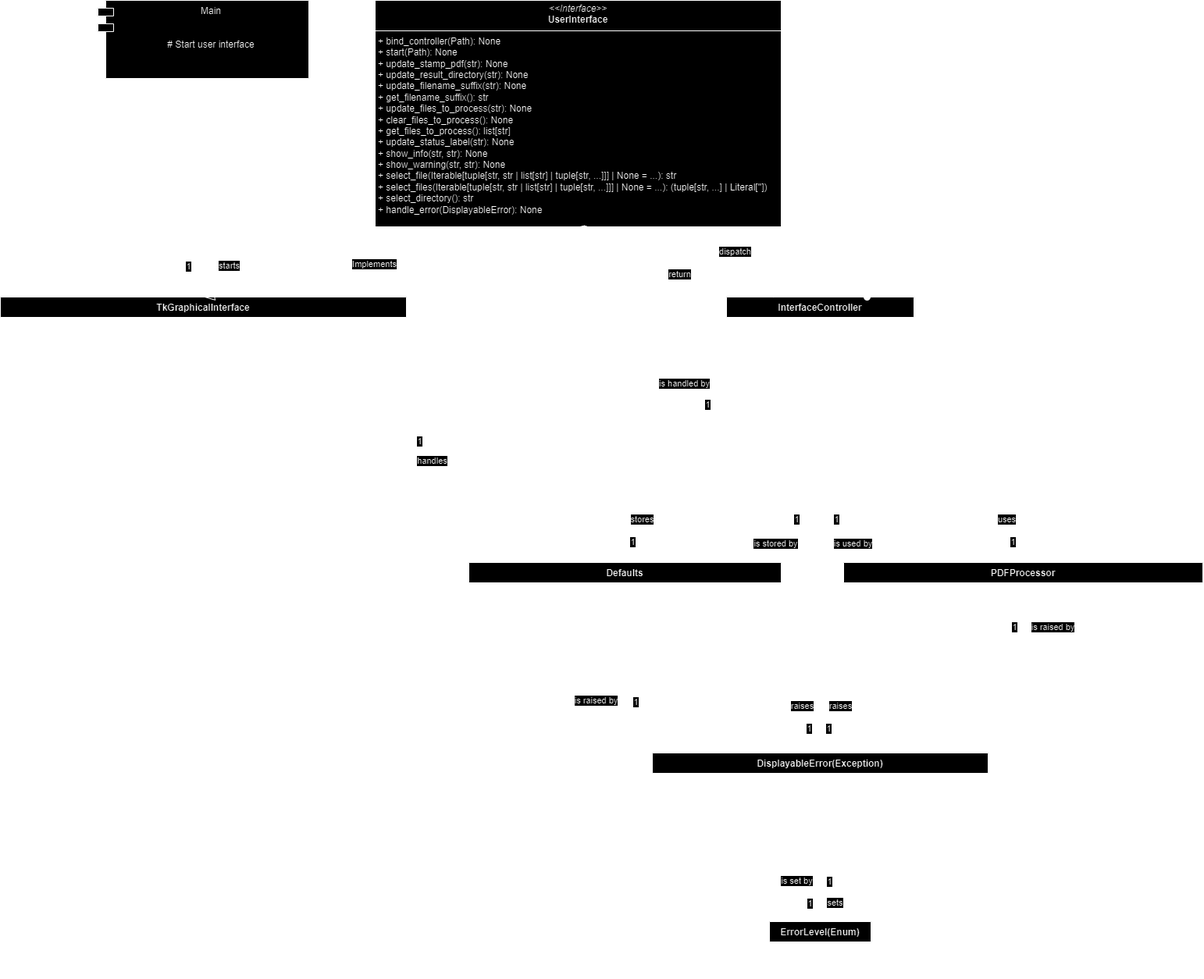
The draw.io diagram technical_analysis/PDF facturatie programma.drawio.png in CodeByAlejandro/PDF_facturatie_programma, before a commit. Source tidied: cells renumbered, new cells last; positions are measured from the earlier drawing's top-left corner, leaving out a move shared by most shapes.
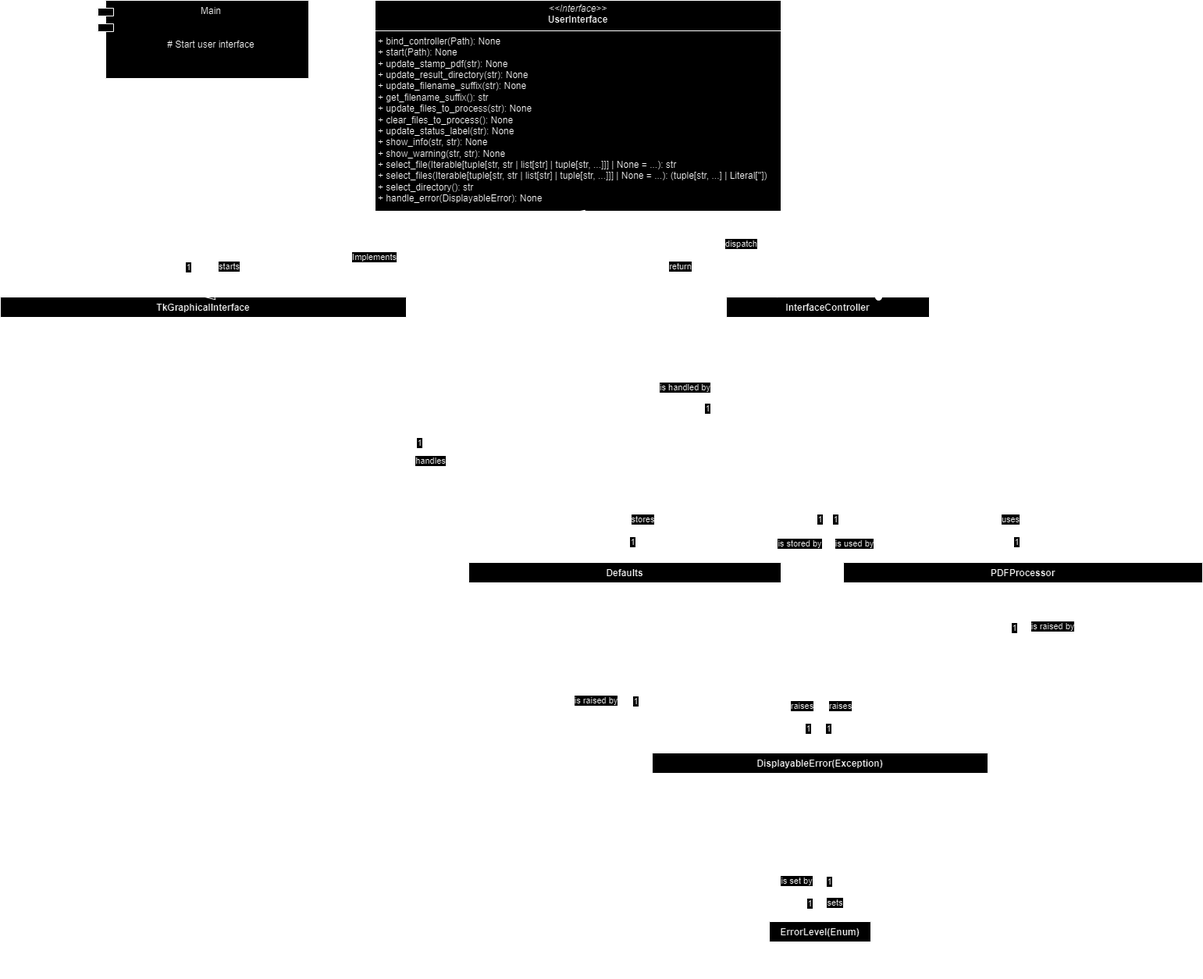
After the change.

Commit message:
Updated UML schema v1.0.0

Diff of the diagram source:
```diff
@@ -2,11 +2,11 @@
   <root>
     <mxCell id="0" />
     <mxCell id="1" parent="0" />
-    <mxCell id="2" value="&lt;p style=&quot;margin: 4px 0px 0px; text-align: center;&quot;&gt;&lt;font style=&quot;font-size: 12px;&quot;&gt;&lt;i style=&quot;&quot;&gt;&amp;lt;&amp;lt;Interface&amp;gt;&amp;gt;&lt;/i&gt;&lt;br&gt;&lt;b style=&quot;&quot;&gt;UserInterface&lt;/b&gt;&lt;/font&gt;&lt;/p&gt;&lt;hr size=&quot;1&quot; style=&quot;border-style: solid;&quot;&gt;&lt;p style=&quot;margin: 0px 0px 0px 4px;&quot;&gt;&lt;font style=&quot;font-size: 12px;&quot;&gt;+ bind_controller(Path): None&lt;/font&gt;&lt;/p&gt;&lt;p style=&quot;margin: 0px 0px 0px 4px;&quot;&gt;&lt;font style=&quot;font-size: 12px;&quot;&gt;+ start(Path): None&lt;/font&gt;&lt;/p&gt;&lt;p style=&quot;margin: 0px 0px 0px 4px;&quot;&gt;&lt;span style=&quot;background-color: initial;&quot;&gt;&lt;font style=&quot;font-size: 12px;&quot;&gt;+ update_stamp_pdf(str): None&lt;/font&gt;&lt;/span&gt;&lt;/p&gt;&lt;p style=&quot;margin: 0px 0px 0px 4px;&quot;&gt;&lt;span style=&quot;background-color: initial;&quot;&gt;&lt;font style=&quot;font-size: 12px;&quot;&gt;+ update_result_directory(str): None&lt;/font&gt;&lt;/span&gt;&lt;/p&gt;&lt;p style=&quot;margin: 0px 0px 0px 4px;&quot;&gt;&lt;font style=&quot;font-size: 12px;&quot;&gt;+ update_filename_suffix(str): None&lt;/font&gt;&lt;/p&gt;&lt;p style=&quot;margin: 0px 0px 0px 4px;&quot;&gt;&lt;font style=&quot;font-size: 12px;&quot;&gt;+ get_filename_suffix(): str&lt;/font&gt;&lt;/p&gt;&lt;p style=&quot;margin: 0px 0px 0px 4px;&quot;&gt;&lt;font style=&quot;font-size: 12px;&quot;&gt;+ update_files_to_process(str): None&lt;/font&gt;&lt;/p&gt;&lt;p style=&quot;margin: 0px 0px 0px 4px;&quot;&gt;&lt;font style=&quot;font-size: 12px;&quot;&gt;+ clear_files_to_process(): None&lt;/font&gt;&lt;/p&gt;&lt;p style=&quot;margin: 0px 0px 0px 4px;&quot;&gt;&lt;font style=&quot;font-size: 12px;&quot;&gt;+ get_files_to_process(): list[str]&lt;/font&gt;&lt;/p&gt;&lt;p style=&quot;margin: 0px 0px 0px 4px;&quot;&gt;&lt;font style=&quot;font-size: 12px;&quot;&gt;+ update_status_label(str): None&lt;/font&gt;&lt;/p&gt;&lt;p style=&quot;margin: 0px 0px 0px 4px;&quot;&gt;&lt;font style=&quot;font-size: 12px;&quot;&gt;+ show_info(str, str): None&lt;/font&gt;&lt;/p&gt;&lt;p style=&quot;margin: 0px 0px 0px 4px;&quot;&gt;&lt;font style=&quot;font-size: 12px;&quot;&gt;+ show_warning(str, str): None&lt;/font&gt;&lt;/p&gt;&lt;p style=&quot;margin: 0px 0px 0px 4px;&quot;&gt;&lt;font style=&quot;font-size: 12px;&quot;&gt;+ select_file(Iterable[tuple[str, str | list[str] | tuple[str, ...]]] | None = ...): str&lt;/font&gt;&lt;/p&gt;&lt;p style=&quot;margin: 0px 0px 0px 4px;&quot;&gt;&lt;font style=&quot;font-size: 12px;&quot;&gt;+ select_files(Iterable[tuple[str, str | list[str] | tuple[str, ...]]] | None = ...): (tuple[str, ...] | Literal[''])&lt;/font&gt;&lt;/p&gt;&lt;p style=&quot;margin: 0px 0px 0px 4px;&quot;&gt;&lt;font style=&quot;font-size: 12px;&quot;&gt;+ select_directory(): str&lt;/font&gt;&lt;/p&gt;&lt;p style=&quot;margin: 0px 0px 0px 4px;&quot;&gt;&lt;font style=&quot;font-size: 12px;&quot;&gt;+ handle_error(DisplayableError): None&lt;/font&gt;&lt;/p&gt;" style="verticalAlign=top;align=left;overflow=fill;html=1;whiteSpace=wrap;" parent="1" vertex="1">
-      <mxGeometry x="480" width="520" height="290" as="geometry" />
+    <mxCell id="2" value="&lt;p style=&quot;margin: 4px 0px 0px; text-align: center;&quot;&gt;&lt;font style=&quot;font-size: 12px;&quot;&gt;&lt;i style=&quot;&quot;&gt;&amp;lt;&amp;lt;Interface&amp;gt;&amp;gt;&lt;/i&gt;&lt;br&gt;&lt;b style=&quot;&quot;&gt;UserInterface&lt;/b&gt;&lt;/font&gt;&lt;/p&gt;&lt;hr size=&quot;1&quot; style=&quot;border-style: solid;&quot;&gt;&lt;p style=&quot;margin: 0px 0px 0px 4px;&quot;&gt;&lt;font style=&quot;font-size: 12px;&quot;&gt;+ bind_controller(Path): None&lt;/font&gt;&lt;/p&gt;&lt;p style=&quot;margin: 0px 0px 0px 4px;&quot;&gt;&lt;font style=&quot;font-size: 12px;&quot;&gt;+ start(Path): None&lt;/font&gt;&lt;/p&gt;&lt;p style=&quot;margin: 0px 0px 0px 4px;&quot;&gt;&lt;span style=&quot;background-color: initial;&quot;&gt;&lt;font style=&quot;font-size: 12px;&quot;&gt;+ update_stamp_pdf(str): None&lt;/font&gt;&lt;/span&gt;&lt;/p&gt;&lt;p style=&quot;margin: 0px 0px 0px 4px;&quot;&gt;&lt;span style=&quot;background-color: initial;&quot;&gt;&lt;font style=&quot;font-size: 12px;&quot;&gt;+ update_result_directory(str): None&lt;/font&gt;&lt;/span&gt;&lt;/p&gt;&lt;p style=&quot;margin: 0px 0px 0px 4px;&quot;&gt;&lt;font style=&quot;font-size: 12px;&quot;&gt;+ update_filename_suffix(str): None&lt;/font&gt;&lt;/p&gt;&lt;p style=&quot;margin: 0px 0px 0px 4px;&quot;&gt;&lt;font style=&quot;font-size: 12px;&quot;&gt;+ get_filename_suffix(): str&lt;/font&gt;&lt;/p&gt;&lt;p style=&quot;margin: 0px 0px 0px 4px;&quot;&gt;&lt;font style=&quot;font-size: 12px;&quot;&gt;+ update_files_to_process(str): None&lt;/font&gt;&lt;/p&gt;&lt;p style=&quot;margin: 0px 0px 0px 4px;&quot;&gt;&lt;font style=&quot;font-size: 12px;&quot;&gt;+ clear_files_to_process(): None&lt;/font&gt;&lt;/p&gt;&lt;p style=&quot;margin: 0px 0px 0px 4px;&quot;&gt;&lt;font style=&quot;font-size: 12px;&quot;&gt;+ update_status_label(str): None&lt;/font&gt;&lt;/p&gt;&lt;p style=&quot;margin: 0px 0px 0px 4px;&quot;&gt;&lt;font style=&quot;font-size: 12px;&quot;&gt;+ show_info(str, str): None&lt;/font&gt;&lt;/p&gt;&lt;p style=&quot;margin: 0px 0px 0px 4px;&quot;&gt;&lt;font style=&quot;font-size: 12px;&quot;&gt;+ show_warning(str, str): None&lt;/font&gt;&lt;/p&gt;&lt;p style=&quot;margin: 0px 0px 0px 4px;&quot;&gt;&lt;font style=&quot;font-size: 12px;&quot;&gt;+ select_file(Iterable[tuple[str, str | list[str] | tuple[str, ...]]] | None = ...): str&lt;/font&gt;&lt;/p&gt;&lt;p style=&quot;margin: 0px 0px 0px 4px;&quot;&gt;&lt;font style=&quot;font-size: 12px;&quot;&gt;+ select_files(Iterable[tuple[str, str | list[str] | tuple[str, ...]]] | None = ...): (tuple[str, ...] | Literal[''])&lt;/font&gt;&lt;/p&gt;&lt;p style=&quot;margin: 0px 0px 0px 4px;&quot;&gt;&lt;font style=&quot;font-size: 12px;&quot;&gt;+ select_directory(): str&lt;/font&gt;&lt;/p&gt;&lt;p style=&quot;margin: 0px 0px 0px 4px;&quot;&gt;&lt;font style=&quot;font-size: 12px;&quot;&gt;+ handle_error(DisplayableError): None&lt;/font&gt;&lt;/p&gt;" style="verticalAlign=top;align=left;overflow=fill;html=1;whiteSpace=wrap;" parent="1" vertex="1">
+      <mxGeometry x="480" width="520" height="270" as="geometry" />
     </mxCell>
     <mxCell id="3" value="TkGraphicalInterface" style="swimlane;fontStyle=1;align=center;verticalAlign=top;horizontal=1;startSize=26;whiteSpace=wrap;html=1;" parent="1" vertex="1">
-      <mxGeometry y="380" width="520" height="800" as="geometry" />
+      <mxGeometry y="380" width="520" height="780" as="geometry" />
     </mxCell>
     <mxCell id="4" value="&lt;div&gt;+ HOR_PD: int&lt;br&gt;&lt;/div&gt;&lt;div&gt;+ VERT_PD: int&lt;/div&gt;&lt;div&gt;&lt;div&gt;+ resource_path: Path&lt;/div&gt;&lt;div&gt;+ root: tkinter.Tk&lt;/div&gt;&lt;div&gt;+ main_frame: tkinter.Frame&lt;/div&gt;&lt;div&gt;+ stamp_label: tkinter.Label&lt;/div&gt;&lt;div&gt;+ select_stamp_button: tkinter.Button&lt;/div&gt;&lt;div&gt;+ result_directory_label: tkinter.Label&lt;/div&gt;&lt;div&gt;+ select_result_directory_button: tkinter.Button&lt;/div&gt;&lt;div&gt;+ suffix_label: tkinter.Label&lt;/div&gt;&lt;div&gt;+ suffix_entry: tkinter.Entry&lt;/div&gt;&lt;div&gt;+ file_listbox: tkinter.Listbox&lt;/div&gt;&lt;div&gt;+ buttons_frame: tkinter.Frame&lt;/div&gt;&lt;div&gt;+ select_button: tkinter.Button&lt;/div&gt;&lt;div&gt;+ info_logo_image: tkinter.PhotoImage&lt;/div&gt;&lt;div&gt;+ select_info_button: tkinter.Button&lt;/div&gt;&lt;div&gt;+ clear_button: tkinter.Button&lt;/div&gt;&lt;div&gt;+ process_button: tkinter.Button&lt;/div&gt;&lt;div&gt;+ status_label: tkinter.Label&lt;/div&gt;&lt;div&gt;+ error_label: tkinter.Label&lt;/div&gt;&lt;div&gt;+ error_detail_label: tkinter.Label&lt;/div&gt;&lt;div&gt;+ author_label: tkinter.Label&lt;/div&gt;&lt;/div&gt;&lt;div&gt;+ controller: InterfaceController&lt;/div&gt;" style="text;strokeColor=none;fillColor=none;align=left;verticalAlign=top;spacingLeft=4;spacingRight=4;overflow=hidden;points=[[0,0.5],[1,0.5]];portConstraint=eastwest;whiteSpace=wrap;html=1;" parent="3" vertex="1">
       <mxGeometry y="26" width="520" height="344" as="geometry" />
@@ -20,8 +20,8 @@
     <mxCell id="7" style="line;strokeWidth=1;fillColor=none;align=left;verticalAlign=middle;spacingTop=-1;spacingLeft=3;spacingRight=3;labelPosition=right;strokeColor=inherit;" parent="3" vertex="1">
       <mxGeometry y="540" width="520" height="8" as="geometry" />
     </mxCell>
-    <mxCell id="8" value="&lt;p style=&quot;margin: 0px 0px 0px 4px;&quot;&gt;+ bind_controller(Path): None&lt;/p&gt;&lt;p style=&quot;margin: 0px 0px 0px 4px;&quot;&gt;+ start(Path): None&lt;/p&gt;&lt;p style=&quot;margin: 0px 0px 0px 4px;&quot;&gt;&lt;span style=&quot;background-color: initial;&quot;&gt;+ update_stamp_pdf(str): None&lt;/span&gt;&lt;/p&gt;&lt;p style=&quot;margin: 0px 0px 0px 4px;&quot;&gt;&lt;span style=&quot;background-color: initial;&quot;&gt;+ update_result_directory(str): None&lt;/span&gt;&lt;/p&gt;&lt;p style=&quot;margin: 0px 0px 0px 4px;&quot;&gt;+ update_filename_suffix(str): None&lt;/p&gt;&lt;p style=&quot;margin: 0px 0px 0px 4px;&quot;&gt;+ get_filename_suffix(): str&lt;/p&gt;&lt;p style=&quot;margin: 0px 0px 0px 4px;&quot;&gt;+ update_files_to_process(str): None&lt;/p&gt;&lt;p style=&quot;margin: 0px 0px 0px 4px;&quot;&gt;+ clear_files_to_process(): None&lt;/p&gt;&lt;p style=&quot;margin: 0px 0px 0px 4px;&quot;&gt;+ get_files_to_process(): list[str]&lt;/p&gt;&lt;p style=&quot;margin: 0px 0px 0px 4px;&quot;&gt;+ update_status_label(str): None&lt;/p&gt;&lt;p style=&quot;margin: 0px 0px 0px 4px;&quot;&gt;+ show_info(str, str): None&lt;/p&gt;&lt;p style=&quot;margin: 0px 0px 0px 4px;&quot;&gt;+ show_warning(str, str): None&lt;/p&gt;&lt;p style=&quot;margin: 0px 0px 0px 4px;&quot;&gt;+ select_file(Iterable[tuple[str, str | list[str] | tuple[str, ...]]] | None = ...): str&lt;/p&gt;&lt;p style=&quot;margin: 0px 0px 0px 4px;&quot;&gt;+ select_files(Iterable[tuple[str, str | list[str] | tuple[str, ...]]] | None = ...): (tuple[str, ...] | Literal[''])&lt;/p&gt;&lt;p style=&quot;margin: 0px 0px 0px 4px;&quot;&gt;+ select_directory(): str&lt;/p&gt;&lt;p style=&quot;margin: 0px 0px 0px 4px;&quot;&gt;+ handle_error(DisplayableError): None&lt;/p&gt;" style="text;strokeColor=none;fillColor=none;align=left;verticalAlign=top;spacingLeft=4;spacingRight=4;overflow=hidden;whiteSpace=wrap;html=1;" parent="3" vertex="1">
-      <mxGeometry y="548" width="520" height="252" as="geometry" />
+    <mxCell id="8" value="&lt;p style=&quot;margin: 0px 0px 0px 4px;&quot;&gt;+ bind_controller(Path): None&lt;/p&gt;&lt;p style=&quot;margin: 0px 0px 0px 4px;&quot;&gt;+ start(Path): None&lt;/p&gt;&lt;p style=&quot;margin: 0px 0px 0px 4px;&quot;&gt;&lt;span style=&quot;background-color: initial;&quot;&gt;+ update_stamp_pdf(str): None&lt;/span&gt;&lt;/p&gt;&lt;p style=&quot;margin: 0px 0px 0px 4px;&quot;&gt;&lt;span style=&quot;background-color: initial;&quot;&gt;+ update_result_directory(str): None&lt;/span&gt;&lt;/p&gt;&lt;p style=&quot;margin: 0px 0px 0px 4px;&quot;&gt;+ update_filename_suffix(str): None&lt;/p&gt;&lt;p style=&quot;margin: 0px 0px 0px 4px;&quot;&gt;+ get_filename_suffix(): str&lt;/p&gt;&lt;p style=&quot;margin: 0px 0px 0px 4px;&quot;&gt;+ update_files_to_process(str): None&lt;/p&gt;&lt;p style=&quot;margin: 0px 0px 0px 4px;&quot;&gt;+ clear_files_to_process(): None&lt;/p&gt;&lt;p style=&quot;margin: 0px 0px 0px 4px;&quot;&gt;+ update_status_label(str): None&lt;/p&gt;&lt;p style=&quot;margin: 0px 0px 0px 4px;&quot;&gt;+ show_info(str, str): None&lt;/p&gt;&lt;p style=&quot;margin: 0px 0px 0px 4px;&quot;&gt;+ show_warning(str, str): None&lt;/p&gt;&lt;p style=&quot;margin: 0px 0px 0px 4px;&quot;&gt;+ select_file(Iterable[tuple[str, str | list[str] | tuple[str, ...]]] | None = ...): str&lt;/p&gt;&lt;p style=&quot;margin: 0px 0px 0px 4px;&quot;&gt;+ select_files(Iterable[tuple[str, str | list[str] | tuple[str, ...]]] | None = ...): (tuple[str, ...] | Literal[''])&lt;/p&gt;&lt;p style=&quot;margin: 0px 0px 0px 4px;&quot;&gt;+ select_directory(): str&lt;/p&gt;&lt;p style=&quot;margin: 0px 0px 0px 4px;&quot;&gt;+ handle_error(DisplayableError): None&lt;/p&gt;" style="text;strokeColor=none;fillColor=none;align=left;verticalAlign=top;spacingLeft=4;spacingRight=4;overflow=hidden;whiteSpace=wrap;html=1;" parent="3" vertex="1">
+      <mxGeometry y="548" width="520" height="232" as="geometry" />
     </mxCell>
     <mxCell id="9" style="endArrow=block;dashed=1;endFill=0;endSize=12;html=1;rounded=0;exitX=0.5;exitY=1;exitDx=0;exitDy=0;entryX=0.5;entryY=0;entryDx=0;entryDy=0;" parent="1" edge="1" source="2" target="3">
       <mxGeometry relative="1" as="geometry" />
@@ -48,16 +48,16 @@
       <mxGeometry x="125" width="270" height="100" as="geometry" />
     </mxCell>
     <mxCell id="15" value="InterfaceController" style="swimlane;fontStyle=1;align=center;verticalAlign=top;horizontal=1;startSize=26;whiteSpace=wrap;html=1;" parent="1" vertex="1">
-      <mxGeometry x="930" y="380" width="240" height="250" as="geometry" />
+      <mxGeometry x="930" y="380" width="260" height="260" as="geometry" />
     </mxCell>
-    <mxCell id="16" value="+ stamp_pdf: Path | None = None&lt;div&gt;+ result_directory: Path | None = None&lt;/div&gt;&lt;div&gt;+ ui: UserInterface&lt;/div&gt;&lt;div&gt;+ defaults: Defaults&lt;/div&gt;&lt;div&gt;+ PDFProcessor: PDFProcessor&lt;/div&gt;" style="text;strokeColor=none;fillColor=none;align=left;verticalAlign=top;spacingLeft=4;spacingRight=4;overflow=hidden;whiteSpace=wrap;html=1;" parent="15" vertex="1">
-      <mxGeometry y="26" width="240" height="84" as="geometry" />
+    <mxCell id="16" value="+ stamp_pdf: Path | None = None&lt;div&gt;+ result_directory: Path | None = None&lt;/div&gt;&lt;div&gt;+&amp;nbsp;file_paths: list[Path] = []&lt;/div&gt;&lt;div&gt;+ ui: UserInterface&lt;/div&gt;&lt;div&gt;+ defaults: Defaults&lt;/div&gt;&lt;div&gt;+ PDFProcessor: PDFProcessor&lt;/div&gt;" style="text;strokeColor=none;fillColor=none;align=left;verticalAlign=top;spacingLeft=4;spacingRight=4;overflow=hidden;whiteSpace=wrap;html=1;" parent="15" vertex="1">
+      <mxGeometry y="26" width="260" height="94" as="geometry" />
     </mxCell>
     <mxCell id="17" style="line;strokeWidth=1;fillColor=none;align=left;verticalAlign=middle;spacingTop=-1;spacingLeft=3;spacingRight=3;labelPosition=right;strokeColor=inherit;" parent="15" vertex="1">
-      <mxGeometry y="110" width="240" height="8" as="geometry" />
+      <mxGeometry y="120" width="260" height="8" as="geometry" />
     </mxCell>
-    <mxCell id="18" value="&lt;p style=&quot;margin: 0px 0px 0px 4px;&quot;&gt;+ __init__(UserInterface, Path): None&lt;/p&gt;&lt;p style=&quot;margin: 0px 0px 0px 4px;&quot;&gt;+ select_stamp_pdf(): None&lt;/p&gt;&lt;p style=&quot;margin: 0px 0px 0px 4px;&quot;&gt;+&amp;nbsp;select_result_directory(): None&lt;/p&gt;&lt;p style=&quot;margin: 0px 0px 0px 4px;&quot;&gt;+&amp;nbsp;select_files(): None&lt;/p&gt;&lt;p style=&quot;margin: 0px 0px 0px 4px;&quot;&gt;+&amp;nbsp;show_info_select_files(): None&lt;/p&gt;&lt;p style=&quot;margin: 0px 0px 0px 4px;&quot;&gt;+&amp;nbsp;clear_files(): None&lt;/p&gt;&lt;p style=&quot;margin: 0px 0px 0px 4px;&quot;&gt;+&amp;nbsp;process_files(): None&lt;/p&gt;&lt;p style=&quot;margin: 0px 0px 0px 4px;&quot;&gt;+&amp;nbsp;_process_files_core(list[str], str): None&lt;/p&gt;" style="text;strokeColor=none;fillColor=none;align=left;verticalAlign=top;spacingLeft=4;spacingRight=4;overflow=hidden;whiteSpace=wrap;html=1;" parent="15" vertex="1">
-      <mxGeometry y="118" width="240" height="132" as="geometry" />
+    <mxCell id="18" value="&lt;p style=&quot;margin: 0px 0px 0px 4px;&quot;&gt;+ __init__(UserInterface, Path): None&lt;/p&gt;&lt;p style=&quot;margin: 0px 0px 0px 4px;&quot;&gt;+ select_stamp_pdf(): None&lt;/p&gt;&lt;p style=&quot;margin: 0px 0px 0px 4px;&quot;&gt;+&amp;nbsp;select_result_directory(): None&lt;/p&gt;&lt;p style=&quot;margin: 0px 0px 0px 4px;&quot;&gt;+&amp;nbsp;select_files(): None&lt;/p&gt;&lt;p style=&quot;margin: 0px 0px 0px 4px;&quot;&gt;+&amp;nbsp;show_info_select_files(): None&lt;/p&gt;&lt;p style=&quot;margin: 0px 0px 0px 4px;&quot;&gt;+&amp;nbsp;clear_files(): None&lt;/p&gt;&lt;p style=&quot;margin: 0px 0px 0px 4px;&quot;&gt;+&amp;nbsp;process_files(): None&lt;/p&gt;&lt;p style=&quot;margin: 0px 0px 0px 4px;&quot;&gt;+&amp;nbsp;_process_files_core(list[Path], str): None&lt;/p&gt;" style="text;strokeColor=none;fillColor=none;align=left;verticalAlign=top;spacingLeft=4;spacingRight=4;overflow=hidden;whiteSpace=wrap;html=1;" parent="15" vertex="1">
+      <mxGeometry y="128" width="260" height="132" as="geometry" />
     </mxCell>
     <mxCell id="19" value="return" style="html=1;verticalAlign=bottom;endArrow=open;dashed=1;endSize=8;curved=0;rounded=0;entryX=0.5;entryY=1;entryDx=0;entryDy=0;exitX=0.25;exitY=0;exitDx=0;exitDy=0;" parent="1" edge="1" source="15" target="2">
       <mxGeometry x="-0.1" y="22" relative="1" as="geometry" />
@@ -105,7 +105,7 @@
       <mxGeometry relative="1" as="geometry">
         <Array as="points">
           <mxPoint x="719" y="578" />
-          <mxPoint x="719" y="505" />
+          <mxPoint x="719" y="510" />
         </Array>
       </mxGeometry>
     </mxCell>
@@ -132,7 +132,7 @@
     <mxCell id="38" style="endArrow=open;endFill=1;endSize=12;html=1;rounded=0;exitX=0.5;exitY=1;exitDx=0;exitDy=0;entryX=0.5;entryY=0;entryDx=0;entryDy=0;" parent="1" edge="1" source="15" target="21">
       <mxGeometry relative="1" as="geometry">
         <Array as="points">
-          <mxPoint x="1050" y="680" />
+          <mxPoint x="1060" y="680" />
           <mxPoint x="800" y="680" />
         </Array>
       </mxGeometry>
@@ -144,12 +144,12 @@
     </mxCell>
     <mxCell id="40" value="is stored by" style="edgeLabel;html=1;align=center;verticalAlign=middle;" parent="38" vertex="1">
       <mxGeometry x="-0.29" relative="1" as="geometry">
-        <mxPoint x="14" y="15" as="offset" />
+        <mxPoint x="45" y="15" as="offset" />
       </mxGeometry>
     </mxCell>
     <mxCell id="41" value="1" style="edgeLabel;html=1;align=center;verticalAlign=middle;" parent="38" vertex="1">
       <mxGeometry x="-0.38" y="-1" relative="1" as="geometry">
-        <mxPoint x="25" y="-15" as="offset" />
+        <mxPoint x="55" y="-15" as="offset" />
       </mxGeometry>
     </mxCell>
     <mxCell id="42" value="1" style="edgeLabel;html=1;align=center;verticalAlign=middle;" parent="38" vertex="1">
@@ -160,19 +160,19 @@
     <mxCell id="43" style="endArrow=open;endFill=1;endSize=12;html=1;rounded=0;exitX=0.5;exitY=1;exitDx=0;exitDy=0;entryX=0.5;entryY=0;entryDx=0;entryDy=0;" parent="1" edge="1" source="15" target="25">
       <mxGeometry relative="1" as="geometry">
         <Array as="points">
-          <mxPoint x="1050" y="680" />
+          <mxPoint x="1060" y="680" />
           <mxPoint x="1310" y="680" />
         </Array>
       </mxGeometry>
     </mxCell>
     <mxCell id="44" value="is used by" style="edgeLabel;html=1;align=center;verticalAlign=middle;" parent="43" vertex="1">
       <mxGeometry x="0.31" y="4" relative="1" as="geometry">
-        <mxPoint x="-138" y="19" as="offset" />
+        <mxPoint x="-144" y="19" as="offset" />
       </mxGeometry>
     </mxCell>
     <mxCell id="45" value="1" style="edgeLabel;html=1;align=center;verticalAlign=middle;" parent="43" vertex="1">
       <mxGeometry x="-0.55" relative="1" as="geometry">
-        <mxPoint x="-8" y="-16" as="offset" />
+        <mxPoint x="-25" y="-16" as="offset" />
       </mxGeometry>
     </mxCell>
     <mxCell id="46" value="uses" style="edgeLabel;html=1;align=center;verticalAlign=middle;" parent="43" vertex="1">
```
